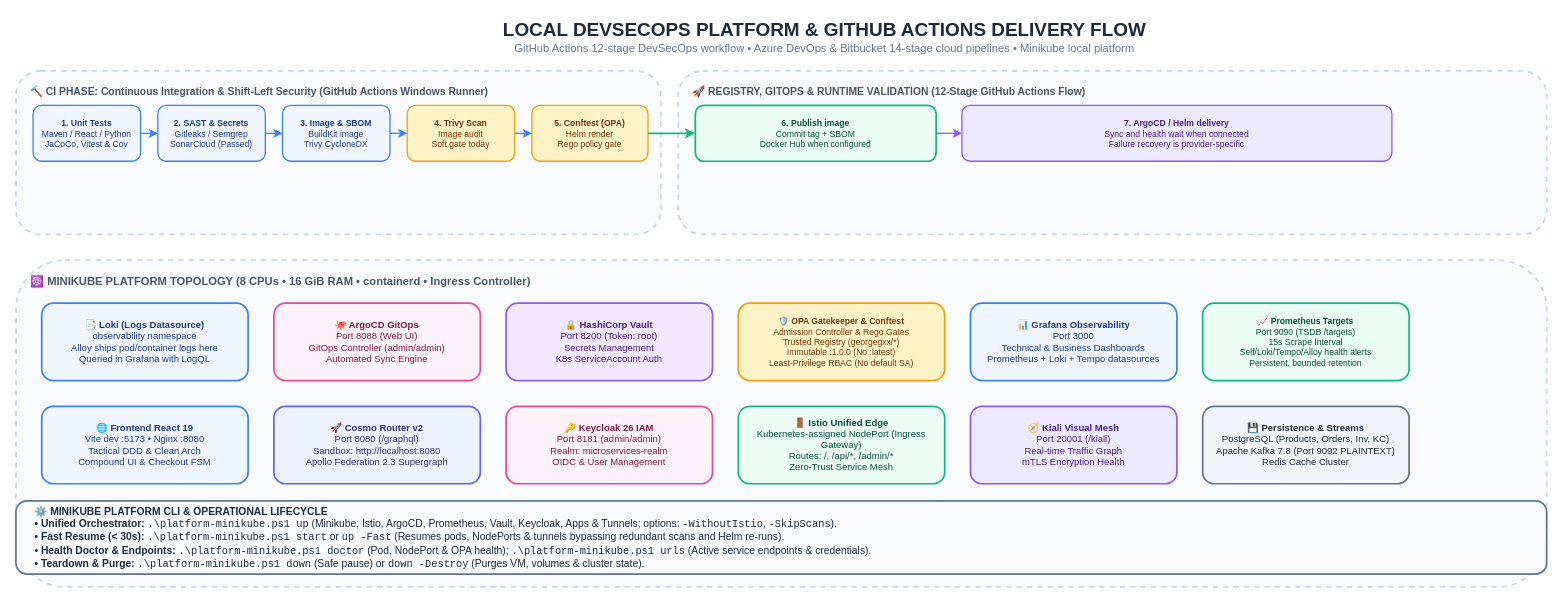
GeorgeGxx/microservices-architecture keeps this draw.io diagram as page "9. Local DevSecOps Platform & GitHub Actions Delivery" (9 of 16) of docs/Diagrams.drawio. Above is the earlier version. Source tidied: cells renumbered, new cells numbered last; positions are measured from the earlier drawing's top-left corner, leaving out a move shared by most shapes. Both pictures are drawn from the tidied source at 86%, with x=0, y=0 at pixel (15, 15).
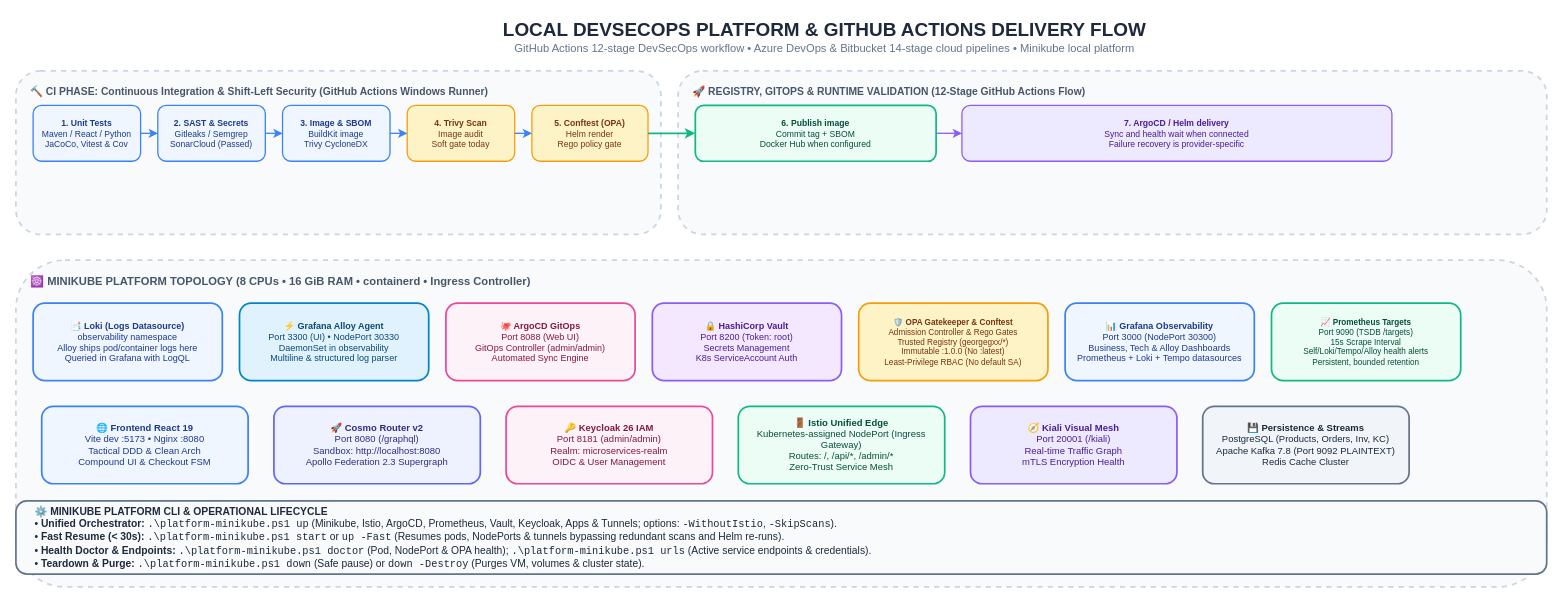
The same page after the edit.

What changed in the source:
```diff
@@
-    <mxCell id="19" value="&lt;b&gt;📑 Loki (Logs Datasource)&lt;/b&gt;&lt;br&gt;observability namespace&lt;br&gt;Alloy ships pod/container logs here&lt;br&gt;Queried in Grafana with LogQL" style="rounded=1;whiteSpace=wrap;html=1;fillColor=#EFF6FF;strokeColor=#3B82F6;strokeWidth=2;fontColor=#1E3A8A;fontSize=11;" parent="1" vertex="1">
-      <mxGeometry x="30" y="335" width="240" height="90" as="geometry" />
+    <mxCell id="19" value="&lt;b&gt;📑 Loki (Logs Datasource)&lt;/b&gt;&lt;br&gt;observability namespace&lt;br&gt;Alloy ships pod/container logs here&lt;br&gt;Queried in Grafana with LogQL" style="rounded=1;whiteSpace=wrap;html=1;fillColor=#EFF6FF;strokeColor=#3B82F6;strokeWidth=2;fontColor=#1E3A8A;fontSize=10.5;" parent="1" vertex="1">
+      <mxGeometry x="20" y="335" width="220" height="90" as="geometry" />
     </mxCell>
+    <mxCell id="32" value="&lt;b&gt;⚡ Grafana Alloy Agent&lt;/b&gt;&lt;br&gt;Port 3300 (UI) • NodePort 30330&lt;br&gt;DaemonSet in observability&lt;br&gt;Multiline &amp; structured log parser" style="rounded=1;whiteSpace=wrap;html=1;fillColor=#E0F2FE;strokeColor=#0284C7;strokeWidth=2;fontColor=#0C4A6E;fontSize=10.5;" parent="1" vertex="1">
+      <mxGeometry x="260" y="335" width="220" height="90" as="geometry" />
+    </mxCell>
-    <mxCell id="20" value="&lt;b&gt;🐙 ArgoCD GitOps&lt;/b&gt;&lt;br&gt;Port 8088 (Web UI)&lt;br&gt;GitOps Controller (admin/admin)&lt;br&gt;Automated Sync Engine" style="rounded=1;whiteSpace=wrap;html=1;fillColor=#FDF2F8;strokeColor=#EC4899;strokeWidth=2;fontColor=#831843;fontSize=11;" parent="1" vertex="1">
-      <mxGeometry x="300" y="335" width="240" height="90" as="geometry" />
+    <mxCell id="20" value="&lt;b&gt;🐙 ArgoCD GitOps&lt;/b&gt;&lt;br&gt;Port 8088 (Web UI)&lt;br&gt;GitOps Controller (admin/admin)&lt;br&gt;Automated Sync Engine" style="rounded=1;whiteSpace=wrap;html=1;fillColor=#FDF2F8;strokeColor=#EC4899;strokeWidth=2;fontColor=#831843;fontSize=10.5;" parent="1" vertex="1">
+      <mxGeometry x="500" y="335" width="220" height="90" as="geometry" />
     </mxCell>
-    <mxCell id="21" value="&lt;b&gt;🔒 HashiCorp Vault&lt;/b&gt;&lt;br&gt;Port 8200 (Token: root)&lt;br&gt;Secrets Management&lt;br&gt;K8s ServiceAccount Auth" style="rounded=1;whiteSpace=wrap;html=1;fillColor=#F3E8FF;strokeColor=#8B5CF6;strokeWidth=2;fontColor=#4C1D95;fontSize=11;" parent="1" vertex="1">
-      <mxGeometry x="570" y="335" width="240" height="90" as="geometry" />
+    <mxCell id="21" value="&lt;b&gt;🔒 HashiCorp Vault&lt;/b&gt;&lt;br&gt;Port 8200 (Token: root)&lt;br&gt;Secrets Management&lt;br&gt;K8s ServiceAccount Auth" style="rounded=1;whiteSpace=wrap;html=1;fillColor=#F3E8FF;strokeColor=#8B5CF6;strokeWidth=2;fontColor=#4C1D95;fontSize=10.5;" parent="1" vertex="1">
+      <mxGeometry x="740" y="335" width="220" height="90" as="geometry" />
     </mxCell>
-    <mxCell id="22" value="&lt;b&gt;🛡️ OPA Gatekeeper &amp; Conftest&lt;/b&gt;&lt;br&gt;Admission Controller &amp; Rego Gates&lt;br&gt;Trusted Registry (georgegxx/*)&lt;br&gt;Immutable :1.0.0 (No :latest)&lt;br&gt;Least-Privilege RBAC (No default SA)" style="rounded=1;whiteSpace=wrap;html=1;fillColor=#FEF3C7;strokeColor=#F59E0B;strokeWidth=2;fontColor=#78350F;fontSize=10;" parent="1" vertex="1">
-      <mxGeometry x="840" y="335" width="240" height="90" as="geometry" />
+    <mxCell id="22" value="&lt;b&gt;🛡️ OPA Gatekeeper &amp; Conftest&lt;/b&gt;&lt;br&gt;Admission Controller &amp; Rego Gates&lt;br&gt;Trusted Registry (georgegxx/*)&lt;br&gt;Immutable :1.0.0 (No :latest)&lt;br&gt;Least-Privilege RBAC (No default SA)" style="rounded=1;whiteSpace=wrap;html=1;fillColor=#FEF3C7;strokeColor=#F59E0B;strokeWidth=2;fontColor=#78350F;fontSize=9.5;" parent="1" vertex="1">
+      <mxGeometry x="980" y="335" width="220" height="90" as="geometry" />
     </mxCell>
-    <mxCell id="23" value="&lt;b&gt;📊 Grafana Observability&lt;/b&gt;&lt;br&gt;Port 3000&lt;br&gt;Technical &amp; Business Dashboards&lt;br&gt;Prometheus + Loki + Tempo datasources" style="rounded=1;whiteSpace=wrap;html=1;fillColor=#EFF6FF;strokeColor=#3B82F6;strokeWidth=2;fontColor=#1E3A8A;fontSize=11;" parent="1" vertex="1">
-      <mxGeometry x="1110" y="335" width="240" height="90" as="geometry" />
+    <mxCell id="23" value="&lt;b&gt;📊 Grafana Observability&lt;/b&gt;&lt;br&gt;Port 3000 (NodePort 30300)&lt;br&gt;Business, Tech &amp; Alloy Dashboards&lt;br&gt;Prometheus + Loki + Tempo datasources" style="rounded=1;whiteSpace=wrap;html=1;fillColor=#EFF6FF;strokeColor=#3B82F6;strokeWidth=2;fontColor=#1E3A8A;fontSize=10.5;" parent="1" vertex="1">
+      <mxGeometry x="1220" y="335" width="220" height="90" as="geometry" />
     </mxCell>
-    <mxCell id="24" value="&lt;b&gt;📈 Prometheus Targets&lt;/b&gt;&lt;br&gt;Port 9090 (TSDB /targets)&lt;br&gt;15s Scrape Interval&lt;br&gt;Self/Loki/Tempo/Alloy health alerts&lt;br&gt;Persistent, bounded retention" style="rounded=1;whiteSpace=wrap;html=1;fillColor=#ECFDF5;strokeColor=#10B981;strokeWidth=2;fontColor=#064E3B;fontSize=10;" parent="1" vertex="1">
-      <mxGeometry x="1380" y="335" width="240" height="90" as="geometry" />
+    <mxCell id="24" value="&lt;b&gt;📈 Prometheus Targets&lt;/b&gt;&lt;br&gt;Port 9090 (TSDB /targets)&lt;br&gt;15s Scrape Interval&lt;br&gt;Self/Loki/Tempo/Alloy health alerts&lt;br&gt;Persistent, bounded retention" style="rounded=1;whiteSpace=wrap;html=1;fillColor=#ECFDF5;strokeColor=#10B981;strokeWidth=2;fontColor=#064E3B;fontSize=9.5;" parent="1" vertex="1">
+      <mxGeometry x="1460" y="335" width="220" height="90" as="geometry" />
     </mxCell>
```
